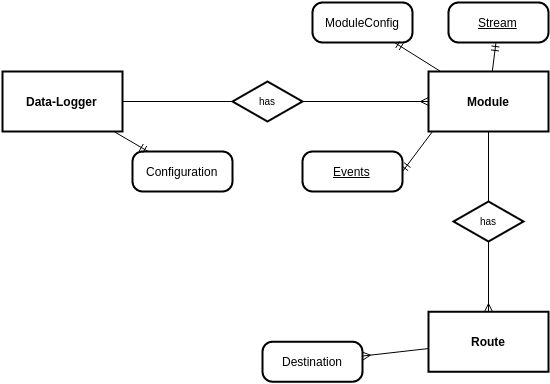
This is docs/tex_files/pics/entity_bc.png from dejwoo/bachelor_thesis, a draw.io export, as it was before one commit. Source tidied: cells renumbered, new cells last; positions are measured from the earlier drawing's top-left corner, leaving out a move shared by most shapes.
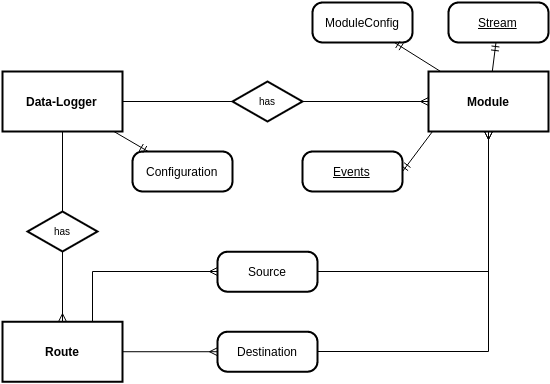
After the change.

Diff of the diagram source:
```diff
@@ -2,8 +2,11 @@
   <root>
     <mxCell id="0" style="html=1;" />
     <mxCell id="1" style="html=1;" parent="0" />
+    <mxCell id="21" style="edgeStyle=orthogonalEdgeStyle;rounded=0;html=1;exitX=0.75;exitY=0;entryX=0;entryY=0.5;endArrow=ERmany;endFill=0;jettySize=auto;" parent="1" edge="1" source="2" target="24">
+      <mxGeometry relative="1" as="geometry" />
+    </mxCell>
     <mxCell id="2" value="Route" style="strokeWidth=2;shape=mxgraph.er.entity;fontColor=#000000;buttonStyle=rect;fillColor=#ffffff;buttonText=;fontStyle=1;html=1;" parent="1" vertex="1">
-      <mxGeometry x="426" y="309.2" width="120" height="60" as="geometry" />
+      <mxGeometry y="319.2" width="120" height="60" as="geometry" />
     </mxCell>
     <mxCell id="3" value="Data-Logger" style="strokeWidth=2;shape=mxgraph.er.entity;fontColor=#000000;buttonStyle=rect;fillColor=#ffffff;buttonText=;fontStyle=1;html=1;" parent="1" vertex="1">
       <mxGeometry y="69" width="120" height="60" as="geometry" />
@@ -12,7 +15,7 @@
       <mxGeometry x="426" y="69" width="120" height="60" as="geometry" />
     </mxCell>
     <mxCell id="5" value="has" style="strokeWidth=2;shape=mxgraph.er.has;buttonText=;fontSize=10;buttonStyle=rhombus;fontColor=#000000;fontStyle=0;html=1;" parent="1" vertex="1">
-      <mxGeometry x="451" y="199" width="70" height="40" as="geometry" />
+      <mxGeometry x="25" y="209" width="70" height="40" as="geometry" />
     </mxCell>
     <mxCell id="6" value="has" style="strokeWidth=2;shape=mxgraph.er.has;buttonText=;fontSize=10;buttonStyle=rhombus;fontColor=#000000;fontStyle=0;html=1;" parent="1" vertex="1">
       <mxGeometry x="230" y="79" width="70" height="40" as="geometry" />
@@ -20,7 +23,7 @@
     <mxCell id="7" style="edgeStyle=none;endArrow=ERmany;endFill=1;noEdgeStyle=1;html=1;exitX=0.5;exitY=1;" parent="1" edge="1" source="5" target="2">
       <mxGeometry relative="1" as="geometry" />
     </mxCell>
-    <mxCell id="8" style="edgeStyle=none;endArrow=none;noEdgeStyle=1;html=1;" parent="1" edge="1" source="5" target="4">
+    <mxCell id="8" style="edgeStyle=none;endArrow=none;noEdgeStyle=1;html=1;entryX=0.5;entryY=1;" parent="1" edge="1" source="5" target="3">
       <mxGeometry relative="1" as="geometry" />
     </mxCell>
     <mxCell id="9" style="edgeStyle=none;endArrow=ERmany;endFill=1;noEdgeStyle=1;html=1;" parent="1" edge="1" source="6" target="4">
@@ -29,8 +32,11 @@
     <mxCell id="10" style="edgeStyle=none;endArrow=none;noEdgeStyle=1;html=1;" parent="1" edge="1" source="6" target="3">
       <mxGeometry relative="1" as="geometry" />
     </mxCell>
+    <mxCell id="22" style="edgeStyle=orthogonalEdgeStyle;rounded=0;html=1;exitX=1;exitY=0.5;endArrow=ERmany;endFill=0;jettySize=auto;" parent="1" edge="1" source="11" target="4">
+      <mxGeometry relative="1" as="geometry" />
+    </mxCell>
     <mxCell id="11" value="Destination" style="strokeWidth=2;shape=mxgraph.er.entity;fontColor=#000000;buttonStyle=round;fillColor=#ffffff;buttonText=;html=1;" parent="1" vertex="1">
-      <mxGeometry x="260" y="339.2" width="100" height="40" as="geometry" />
+      <mxGeometry x="215" y="329.2" width="100" height="40" as="geometry" />
     </mxCell>
     <mxCell id="12" value="Configuration" style="strokeWidth=2;shape=mxgraph.er.entity;fontColor=#000000;buttonStyle=round;fillColor=#ffffff;buttonText=;html=1;" parent="1" vertex="1">
       <mxGeometry x="130" y="149" width="100" height="40" as="geometry" />
@@ -61,5 +67,11 @@
     <mxCell id="20" value="Events" style="strokeWidth=2;shape=mxgraph.er.entity;fontColor=#000000;buttonStyle=round;fillColor=#ffffff;buttonText=;fontStyle=4;html=1;" parent="1" vertex="1">
       <mxGeometry x="300" y="149" width="100" height="40" as="geometry" />
     </mxCell>
+    <mxCell id="23" style="edgeStyle=orthogonalEdgeStyle;rounded=0;html=1;exitX=1;exitY=0.5;entryX=0.5;entryY=1;endArrow=ERmany;endFill=0;jettySize=auto;" parent="1" edge="1" source="24" target="4">
+      <mxGeometry relative="1" as="geometry" />
+    </mxCell>
+    <mxCell id="24" value="Source" style="strokeWidth=2;shape=mxgraph.er.entity;fontColor=#000000;buttonStyle=round;fillColor=#ffffff;buttonText=;html=1;" parent="1" vertex="1">
+      <mxGeometry x="215" y="249.2" width="100" height="40" as="geometry" />
+    </mxCell>
   </root>
 </mxGraphModel>
```
